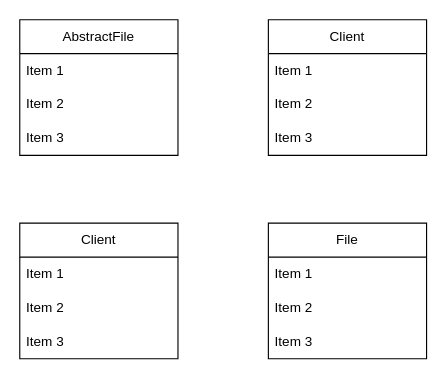
Earlier version of the draw.io diagram download/java-designpattern/10.Composite Pattern/composite.drawio (haji8-thehaji/lecture-java). Source tidied: cells renumbered, new cells numbered last; positions are measured from the earlier drawing's top-left corner, leaving out a move shared by most shapes. Both pictures are drawn from the tidied source at 113%, with x=0, y=0 at pixel (19, 19).
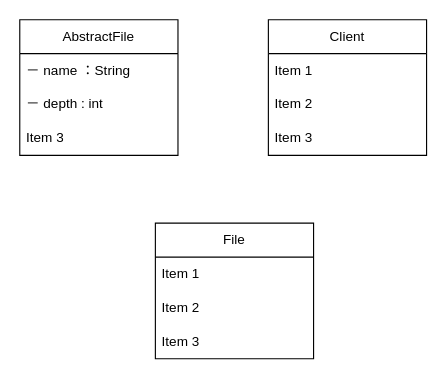
Above is the later version.

Change to the diagram source:
```diff
@@
 <mxGraphModel>
   <root>
     <mxCell id="0" />
     <mxCell id="1" parent="0" />
     <mxCell id="2" value="AbstractFile" style="swimlane;fontStyle=0;horizontal=1;startSize=30;whiteSpace=wrap;html=1;" parent="1" vertex="1">
       <mxGeometry width="140" height="120" as="geometry" />
     </mxCell>
-    <mxCell id="3" value="Item 1" style="text;strokeColor=none;fillColor=none;align=left;verticalAlign=middle;spacingLeft=4;spacingRight=4;overflow=hidden;whiteSpace=wrap;html=1;" parent="2" vertex="1">
+    <mxCell id="3" value="－ name ：String" style="text;strokeColor=none;fillColor=none;align=left;verticalAlign=middle;spacingLeft=4;spacingRight=4;overflow=hidden;whiteSpace=wrap;html=1;" parent="2" vertex="1">
       <mxGeometry y="30" width="140" height="30" as="geometry" />
     </mxCell>
-    <mxCell id="4" value="Item 2" style="text;strokeColor=none;fillColor=none;align=left;verticalAlign=middle;spacingLeft=4;spacingRight=4;overflow=hidden;whiteSpace=wrap;html=1;" parent="2" vertex="1">
+    <mxCell id="4" value="－ depth : int" style="text;strokeColor=none;fillColor=none;align=left;verticalAlign=middle;spacingLeft=4;spacingRight=4;overflow=hidden;whiteSpace=wrap;html=1;" parent="2" vertex="1">
       <mxGeometry y="60" width="140" height="30" as="geometry" />
     </mxCell>
     <mxCell id="5" value="Item 3" style="text;strokeColor=none;fillColor=none;align=left;verticalAlign=middle;spacingLeft=4;spacingRight=4;overflow=hidden;whiteSpace=wrap;html=1;" parent="2" vertex="1">
       <mxGeometry y="90" width="140" height="30" as="geometry" />
     </mxCell>
-    <mxCell id="6" value="Client" style="swimlane;fontStyle=0;horizontal=1;startSize=30;whiteSpace=wrap;html=1;" parent="1" vertex="1">
-      <mxGeometry y="180" width="140" height="120" as="geometry" />
-    </mxCell>
-    <mxCell id="7" value="Item 1" style="text;strokeColor=none;fillColor=none;align=left;verticalAlign=middle;spacingLeft=4;spacingRight=4;overflow=hidden;whiteSpace=wrap;html=1;" parent="6" vertex="1">
-      <mxGeometry y="30" width="140" height="30" as="geometry" />
-    </mxCell>
-    <mxCell id="8" value="Item 2" style="text;strokeColor=none;fillColor=none;align=left;verticalAlign=middle;spacingLeft=4;spacingRight=4;overflow=hidden;whiteSpace=wrap;html=1;" parent="6" vertex="1">
-      <mxGeometry y="60" width="140" height="30" as="geometry" />
-    </mxCell>
-    <mxCell id="9" value="Item 3" style="text;strokeColor=none;fillColor=none;align=left;verticalAlign=middle;spacingLeft=4;spacingRight=4;overflow=hidden;whiteSpace=wrap;html=1;" parent="6" vertex="1">
-      <mxGeometry y="90" width="140" height="30" as="geometry" />
-    </mxCell>
     <mxCell id="10" value="Client" style="swimlane;fontStyle=0;horizontal=1;startSize=30;whiteSpace=wrap;html=1;" parent="1" vertex="1">
       <mxGeometry x="220" width="140" height="120" as="geometry" />
     </mxCell>
     <mxCell id="11" value="Item 1" style="text;strokeColor=none;fillColor=none;align=left;verticalAlign=middle;spacingLeft=4;spacingRight=4;overflow=hidden;whiteSpace=wrap;html=1;" parent="10" vertex="1">
       <mxGeometry y="30" width="140" height="30" as="geometry" />
     </mxCell>
     <mxCell id="12" value="Item 2" style="text;strokeColor=none;fillColor=none;align=left;verticalAlign=middle;spacingLeft=4;spacingRight=4;overflow=hidden;whiteSpace=wrap;html=1;" parent="10" vertex="1">
       <mxGeometry y="60" width="140" height="30" as="geometry" />
     </mxCell>
     <mxCell id="13" value="Item 3" style="text;strokeColor=none;fillColor=none;align=left;verticalAlign=middle;spacingLeft=4;spacingRight=4;overflow=hidden;whiteSpace=wrap;html=1;" parent="10" vertex="1">
       <mxGeometry y="90" width="140" height="30" as="geometry" />
     </mxCell>
     <mxCell id="14" value="File" style="swimlane;fontStyle=0;horizontal=1;startSize=30;whiteSpace=wrap;html=1;" parent="1" vertex="1">
-      <mxGeometry x="220" y="180" width="140" height="120" as="geometry" />
+      <mxGeometry x="120" y="180" width="140" height="120" as="geometry" />
     </mxCell>
     <mxCell id="15" value="Item 1" style="text;strokeColor=none;fillColor=none;align=left;verticalAlign=middle;spacingLeft=4;spacingRight=4;overflow=hidden;whiteSpace=wrap;html=1;" parent="14" vertex="1">
       <mxGeometry y="30" width="140" height="30" as="geometry" />
     </mxCell>
     <mxCell id="16" value="Item 2" style="text;strokeColor=none;fillColor=none;align=left;verticalAlign=middle;spacingLeft=4;spacingRight=4;overflow=hidden;whiteSpace=wrap;html=1;" parent="14" vertex="1">
       <mxGeometry y="60" width="140" height="30" as="geometry" />
     </mxCell>
     <mxCell id="17" value="Item 3" style="text;strokeColor=none;fillColor=none;align=left;verticalAlign=middle;spacingLeft=4;spacingRight=4;overflow=hidden;whiteSpace=wrap;html=1;" parent="14" vertex="1">
       <mxGeometry y="90" width="140" height="30" as="geometry" />
     </mxCell>
   </root>
 </mxGraphModel>
```
